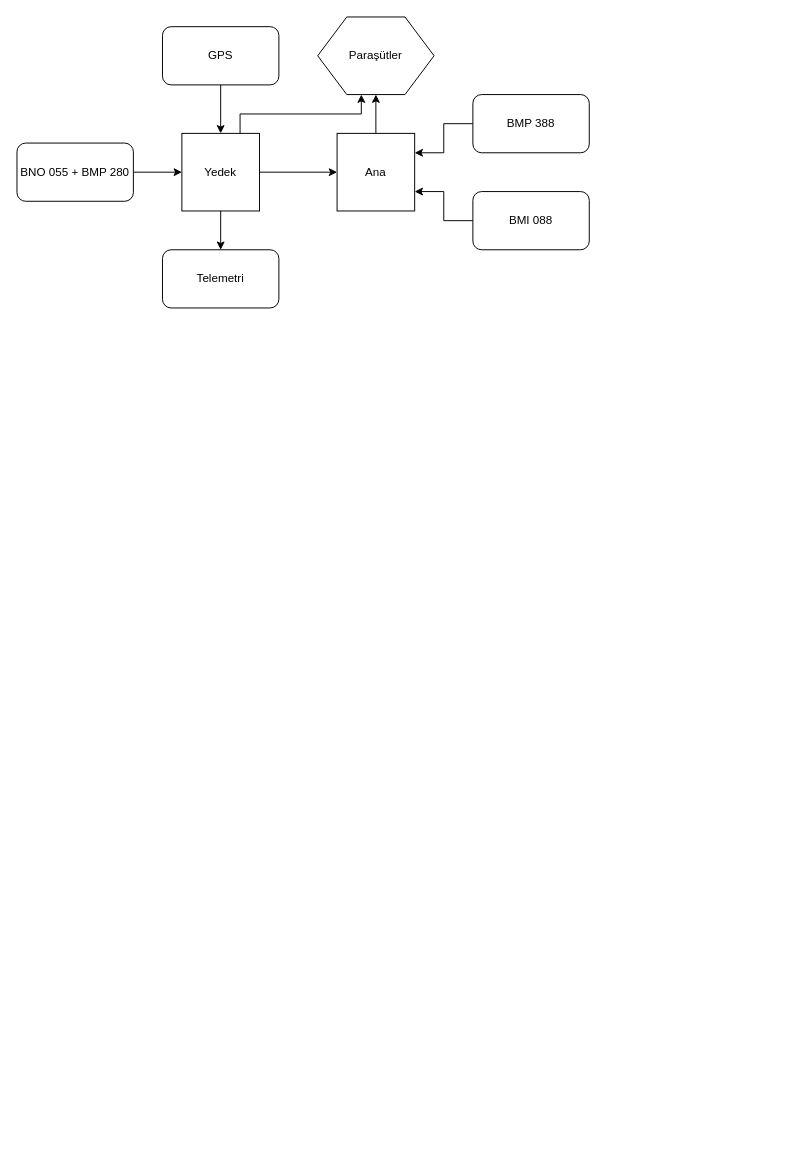
Above: Untitled Diagram.drawio in FarukYurtseven/TUNGA (draw.io), before the change. Source tidied: cells renumbered, new cells numbered last; positions are measured from the earlier drawing's top-left corner, leaving out a move shared by most shapes. Both pictures are drawn from the tidied source at 97%, with x=0, y=0 at pixel (16, 16).
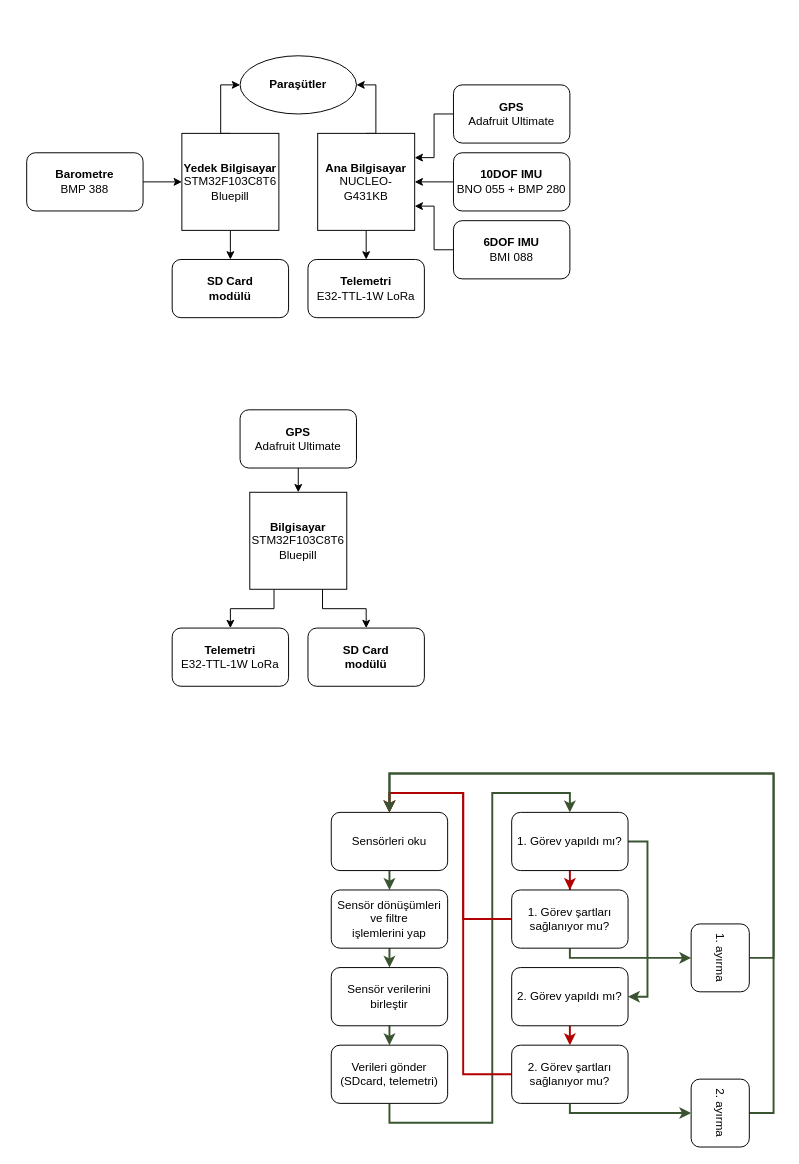
After the change.

What changed in the source:
```diff
@@
-    <mxCell id="2" style="edgeStyle=orthogonalEdgeStyle;rounded=0;jettySize=auto;html=1;exitX=1;exitY=0.5;exitDx=0;exitDy=0;entryX=0;entryY=0.5;entryDx=0;entryDy=0;" parent="1" edge="1" source="5" target="7">
-      <mxGeometry relative="1" as="geometry" />
-    </mxCell>
-    <mxCell id="3" style="edgeStyle=orthogonalEdgeStyle;rounded=0;jettySize=auto;html=1;exitX=0.5;exitY=1;exitDx=0;exitDy=0;entryX=0.5;entryY=0;entryDx=0;entryDy=0;" parent="1" edge="1" source="5" target="10">
-      <mxGeometry relative="1" as="geometry" />
-    </mxCell>
-    <mxCell id="4" style="edgeStyle=orthogonalEdgeStyle;rounded=0;jettySize=auto;html=1;exitX=0.75;exitY=0;exitDx=0;exitDy=0;entryX=0.375;entryY=1;entryDx=0;entryDy=0;" parent="1" edge="1" source="5" target="13">
-      <mxGeometry relative="1" as="geometry" />
+    <mxCell id="4" style="edgeStyle=orthogonalEdgeStyle;rounded=0;jettySize=auto;html=1;exitX=0;exitY=0.5;exitDx=0;exitDy=0;entryX=0;entryY=0.5;entryDx=0;entryDy=0;" parent="1" edge="1" source="5" target="13">
+      <mxGeometry relative="1" as="geometry">
+        <Array as="points">
+          <mxPoint x="210" y="120" />
+          <mxPoint x="210" y="70" />
+        </Array>
+      </mxGeometry>
     </mxCell>
+    <mxCell id="18" style="edgeStyle=orthogonalEdgeStyle;rounded=0;jettySize=auto;html=1;exitX=1;exitY=0.5;exitDx=0;exitDy=0;entryX=0.5;entryY=0;entryDx=0;entryDy=0;" parent="1" edge="1" source="5" target="29">
+      <mxGeometry relative="1" as="geometry" />
+    </mxCell>
-    <mxCell id="5" value="Yedek" style="whiteSpace=wrap;html=1;" parent="1" vertex="1">
-      <mxGeometry x="170" y="120" width="80" height="80" as="geometry" />
+    <mxCell id="5" value="&lt;b&gt;Yedek Bilgisayar&lt;br&gt;&lt;/b&gt;STM32F103C8T6 Bluepill" style="whiteSpace=wrap;html=1;direction=south;" parent="1" vertex="1">
+      <mxGeometry x="170" y="120" width="100" height="100" as="geometry" />
     </mxCell>
+    <mxCell id="19" style="edgeStyle=orthogonalEdgeStyle;rounded=0;jettySize=auto;html=1;exitX=0.5;exitY=1;exitDx=0;exitDy=0;entryX=0.5;entryY=0;entryDx=0;entryDy=0;" parent="1" edge="1" source="7" target="10">
+      <mxGeometry relative="1" as="geometry" />
+    </mxCell>
-    <mxCell id="6" style="edgeStyle=orthogonalEdgeStyle;rounded=0;jettySize=auto;html=1;exitX=0.5;exitY=0;exitDx=0;exitDy=0;entryX=0.5;entryY=1;entryDx=0;entryDy=0;" parent="1" edge="1" source="7" target="13">
-      <mxGeometry relative="1" as="geometry" />
+    <mxCell id="6" style="edgeStyle=orthogonalEdgeStyle;rounded=0;jettySize=auto;html=1;exitX=0.5;exitY=0;exitDx=0;exitDy=0;entryX=1;entryY=0.5;entryDx=0;entryDy=0;" parent="1" edge="1" source="7" target="13">
+      <mxGeometry relative="1" as="geometry">
+        <Array as="points">
+          <mxPoint x="370" y="120" />
+          <mxPoint x="370" y="70" />
+        </Array>
+      </mxGeometry>
     </mxCell>
-    <mxCell id="7" value="Ana" style="whiteSpace=wrap;html=1;" parent="1" vertex="1">
-      <mxGeometry x="330" y="120" width="80" height="80" as="geometry" />
+    <mxCell id="7" value="&lt;b&gt;Ana Bilgisayar&lt;/b&gt;&lt;br&gt;NUCLEO-G431KB" style="whiteSpace=wrap;html=1;" parent="1" vertex="1">
+      <mxGeometry x="310" y="120" width="100" height="100" as="geometry" />
     </mxCell>
-    <mxCell id="8" style="edgeStyle=orthogonalEdgeStyle;rounded=0;jettySize=auto;html=1;exitX=0.5;exitY=1;exitDx=0;exitDy=0;entryX=0.5;entryY=0;entryDx=0;entryDy=0;" parent="1" edge="1" source="9" target="5">
-      <mxGeometry relative="1" as="geometry" />
-    </mxCell>
+    <mxCell id="20" style="edgeStyle=orthogonalEdgeStyle;rounded=0;jettySize=auto;html=1;exitX=0;exitY=0.5;exitDx=0;exitDy=0;entryX=1;entryY=0.25;entryDx=0;entryDy=0;" parent="1" edge="1" source="9" target="7">
+      <mxGeometry relative="1" as="geometry" />
+    </mxCell>
-    <mxCell id="9" value="GPS" style="rounded=1;whiteSpace=wrap;html=1;" parent="1" vertex="1">
-      <mxGeometry x="150" y="10" width="120" height="60" as="geometry" />
+    <mxCell id="9" value="&lt;b&gt;GPS&lt;/b&gt;&lt;br&gt;Adafruit Ultimate" style="rounded=1;whiteSpace=wrap;html=1;" parent="1" vertex="1">
+      <mxGeometry x="450" y="70" width="120" height="60" as="geometry" />
     </mxCell>
-    <mxCell id="10" value="Telemetri" style="rounded=1;whiteSpace=wrap;html=1;" parent="1" vertex="1">
-      <mxGeometry x="150" y="240" width="120" height="60" as="geometry" />
+    <mxCell id="10" value="&lt;b&gt;Telemetri&lt;/b&gt;&lt;br&gt;E32-TTL-1W LoRa" style="rounded=1;whiteSpace=wrap;html=1;" parent="1" vertex="1">
+      <mxGeometry x="300" y="250" width="120" height="60" as="geometry" />
     </mxCell>
-    <mxCell id="11" style="edgeStyle=orthogonalEdgeStyle;rounded=0;jettySize=auto;html=1;exitX=1;exitY=0.5;exitDx=0;exitDy=0;entryX=0;entryY=0.5;entryDx=0;entryDy=0;" parent="1" edge="1" source="12" target="5">
-      <mxGeometry relative="1" as="geometry" />
-    </mxCell>
+    <mxCell id="21" style="edgeStyle=orthogonalEdgeStyle;rounded=0;jettySize=auto;html=1;exitX=0;exitY=0.5;exitDx=0;exitDy=0;entryX=1;entryY=0.5;entryDx=0;entryDy=0;" parent="1" edge="1" source="12" target="7">
+      <mxGeometry relative="1" as="geometry" />
+    </mxCell>
-    <mxCell id="12" value="BNO 055 + BMP 280" style="rounded=1;whiteSpace=wrap;html=1;" parent="1" vertex="1">
-      <mxGeometry y="130" width="120" height="60" as="geometry" />
+    <mxCell id="12" value="&lt;b&gt;10DOF IMU&lt;br&gt;&lt;/b&gt;BNO 055 + BMP 280" style="rounded=1;whiteSpace=wrap;html=1;" parent="1" vertex="1">
+      <mxGeometry x="450" y="140" width="120" height="60" as="geometry" />
     </mxCell>
-    <mxCell id="13" value="Paraşütler" style="shape=hexagon;perimeter=hexagonPerimeter2;whiteSpace=wrap;html=1;" parent="1" vertex="1">
-      <mxGeometry x="310" width="120" height="80" as="geometry" />
-    </mxCell>
-    <mxCell id="14" style="edgeStyle=orthogonalEdgeStyle;rounded=0;jettySize=auto;html=1;exitX=0;exitY=0.5;exitDx=0;exitDy=0;entryX=1;entryY=0.25;entryDx=0;entryDy=0;" parent="1" edge="1" source="15" target="7">
-      <mxGeometry relative="1" as="geometry" />
-    </mxCell>
+    <mxCell id="22" style="edgeStyle=orthogonalEdgeStyle;rounded=0;jettySize=auto;html=1;exitX=1;exitY=0.5;exitDx=0;exitDy=0;entryX=0.5;entryY=1;entryDx=0;entryDy=0;" parent="1" edge="1" source="15" target="5">
+      <mxGeometry relative="1" as="geometry" />
+    </mxCell>
-    <mxCell id="15" value="BMP 388" style="rounded=1;whiteSpace=wrap;html=1;" parent="1" vertex="1">
-      <mxGeometry x="470" y="80" width="120" height="60" as="geometry" />
+    <mxCell id="15" value="&lt;b&gt;Barometre&lt;/b&gt;&lt;br&gt;BMP 388" style="rounded=1;whiteSpace=wrap;html=1;" parent="1" vertex="1">
+      <mxGeometry x="10" y="140" width="120" height="60" as="geometry" />
     </mxCell>
@@
-    <mxCell id="17" value="BMI 088" style="rounded=1;whiteSpace=wrap;html=1;" parent="1" vertex="1">
-      <mxGeometry x="470" y="180" width="120" height="60" as="geometry" />
+    <mxCell id="17" value="&lt;b&gt;6DOF IMU&lt;br&gt;&lt;/b&gt;BMI 088" style="rounded=1;whiteSpace=wrap;html=1;" parent="1" vertex="1">
+      <mxGeometry x="450" y="210" width="120" height="60" as="geometry" />
     </mxCell>
+    <mxCell id="13" value="&lt;b&gt;Paraşütler&lt;/b&gt;" style="ellipse;whiteSpace=wrap;html=1;" parent="1" vertex="1">
+      <mxGeometry x="230" y="40" width="120" height="60" as="geometry" />
+    </mxCell>
+    <mxCell id="23" style="edgeStyle=orthogonalEdgeStyle;rounded=0;jettySize=auto;html=1;exitX=1;exitY=0.75;exitDx=0;exitDy=0;entryX=0.5;entryY=0;entryDx=0;entryDy=0;" parent="1" edge="1" source="25" target="28">
+      <mxGeometry relative="1" as="geometry" />
+    </mxCell>
+    <mxCell id="24" style="edgeStyle=orthogonalEdgeStyle;rounded=0;jettySize=auto;html=1;exitX=1;exitY=0.25;exitDx=0;exitDy=0;entryX=0.5;entryY=0;entryDx=0;entryDy=0;" parent="1" edge="1" source="25" target="30">
+      <mxGeometry relative="1" as="geometry" />
+    </mxCell>
+    <mxCell id="25" value="&lt;b&gt;Bilgisayar&lt;br&gt;&lt;/b&gt;STM32F103C8T6 Bluepill" style="whiteSpace=wrap;html=1;direction=south;" parent="1" vertex="1">
+      <mxGeometry x="240" y="490" width="100" height="100" as="geometry" />
+    </mxCell>
+    <mxCell id="26" style="edgeStyle=orthogonalEdgeStyle;rounded=0;jettySize=auto;html=1;exitX=0.5;exitY=1;exitDx=0;exitDy=0;entryX=0;entryY=0.5;entryDx=0;entryDy=0;" parent="1" edge="1" source="27" target="25">
+      <mxGeometry relative="1" as="geometry" />
+    </mxCell>
+    <mxCell id="27" value="&lt;b&gt;GPS&lt;/b&gt;&lt;br&gt;Adafruit Ultimate" style="rounded=1;whiteSpace=wrap;html=1;" parent="1" vertex="1">
+      <mxGeometry x="230" y="405" width="120" height="60" as="geometry" />
+    </mxCell>
+    <mxCell id="28" value="&lt;b&gt;Telemetri&lt;/b&gt;&lt;br&gt;E32-TTL-1W LoRa" style="rounded=1;whiteSpace=wrap;html=1;" parent="1" vertex="1">
+      <mxGeometry x="160" y="630" width="120" height="60" as="geometry" />
+    </mxCell>
+    <mxCell id="29" value="&lt;b&gt;SD Card &lt;br&gt;modülü&lt;/b&gt;" style="rounded=1;whiteSpace=wrap;html=1;" parent="1" vertex="1">
+      <mxGeometry x="160" y="250" width="120" height="60" as="geometry" />
+    </mxCell>
+    <mxCell id="30" value="&lt;b&gt;SD Card &lt;br&gt;modülü&lt;/b&gt;" style="rounded=1;whiteSpace=wrap;html=1;" parent="1" vertex="1">
+      <mxGeometry x="300" y="630" width="120" height="60" as="geometry" />
+    </mxCell>
+    <mxCell id="31" style="edgeStyle=orthogonalEdgeStyle;rounded=0;jettySize=auto;html=1;exitX=0.5;exitY=1;exitDx=0;exitDy=0;entryX=0.5;entryY=0;entryDx=0;entryDy=0;fillColor=#6d8764;strokeColor=#3A5431;strokeWidth=2;" parent="1" edge="1" source="32" target="34">
+      <mxGeometry relative="1" as="geometry" />
+    </mxCell>
+    <mxCell id="32" value="Sensörleri oku" style="rounded=1;whiteSpace=wrap;html=1;" parent="1" vertex="1">
+      <mxGeometry x="324" y="820" width="120" height="60" as="geometry" />
+    </mxCell>
+    <mxCell id="33" style="edgeStyle=orthogonalEdgeStyle;rounded=0;jettySize=auto;html=1;exitX=0.5;exitY=1;exitDx=0;exitDy=0;entryX=0.5;entryY=0;entryDx=0;entryDy=0;fillColor=#6d8764;strokeColor=#3A5431;strokeWidth=2;" parent="1" edge="1" source="34" target="36">
+      <mxGeometry relative="1" as="geometry" />
+    </mxCell>
+    <mxCell id="34" value="Sensör dönüşümleri&lt;br&gt;ve filtre &lt;br&gt;işlemlerini yap" style="rounded=1;whiteSpace=wrap;html=1;" parent="1" vertex="1">
+      <mxGeometry x="324" y="900" width="120" height="60" as="geometry" />
+    </mxCell>
+    <mxCell id="35" style="edgeStyle=orthogonalEdgeStyle;rounded=0;jettySize=auto;html=1;exitX=0.5;exitY=1;exitDx=0;exitDy=0;entryX=0.5;entryY=0;entryDx=0;entryDy=0;fillColor=#6d8764;strokeColor=#3A5431;strokeWidth=2;" parent="1" edge="1" source="36" target="38">
+      <mxGeometry relative="1" as="geometry" />
+    </mxCell>
+    <mxCell id="36" value="Sensör verilerini birleştir" style="rounded=1;whiteSpace=wrap;html=1;" parent="1" vertex="1">
+      <mxGeometry x="324" y="980" width="120" height="60" as="geometry" />
+    </mxCell>
+    <mxCell id="37" style="edgeStyle=orthogonalEdgeStyle;rounded=0;jettySize=auto;html=1;exitX=0.5;exitY=1;exitDx=0;exitDy=0;entryX=0.5;entryY=0;entryDx=0;entryDy=0;fillColor=#6d8764;strokeColor=#3A5431;strokeWidth=2;" parent="1" edge="1" source="38" target="41">
+      <mxGeometry relative="1" as="geometry">
+        <Array as="points">
+          <mxPoint x="384" y="1140" />
+          <mxPoint x="490" y="1140" />
+          <mxPoint x="490" y="800" />
+          <mxPoint x="570" y="800" />
+        </Array>
+      </mxGeometry>
+    </mxCell>
+    <mxCell id="38" value="Verileri gönder&lt;br&gt;(SDcard, telemetri)" style="rounded=1;whiteSpace=wrap;html=1;" parent="1" vertex="1">
+      <mxGeometry x="324" y="1060" width="120" height="60" as="geometry" />
+    </mxCell>
+    <mxCell id="39" style="edgeStyle=orthogonalEdgeStyle;rounded=0;jettySize=auto;html=1;exitX=0.5;exitY=1;exitDx=0;exitDy=0;fillColor=#e51400;strokeColor=#B20000;strokeWidth=2;" parent="1" edge="1" source="41" target="44">
+      <mxGeometry relative="1" as="geometry" />
+    </mxCell>
+    <mxCell id="40" style="edgeStyle=orthogonalEdgeStyle;rounded=0;jettySize=auto;html=1;exitX=1;exitY=0.5;exitDx=0;exitDy=0;entryX=1;entryY=0.5;entryDx=0;entryDy=0;fillColor=#6d8764;strokeColor=#3A5431;strokeWidth=2;" parent="1" edge="1" source="41" target="47">
+      <mxGeometry relative="1" as="geometry" />
+    </mxCell>
+    <mxCell id="41" value="1. Görev yapıldı mı?" style="rounded=1;whiteSpace=wrap;html=1;" parent="1" vertex="1">
+      <mxGeometry x="510" y="820" width="120" height="60" as="geometry" />
+    </mxCell>
+    <mxCell id="42" style="edgeStyle=orthogonalEdgeStyle;rounded=0;jettySize=auto;html=1;exitX=0.5;exitY=1;exitDx=0;exitDy=0;strokeWidth=2;fillColor=#6d8764;strokeColor=#3A5431;entryX=0.5;entryY=1;entryDx=0;entryDy=0;" parent="1" edge="1" source="44" target="50">
+      <mxGeometry relative="1" as="geometry">
+        <Array as="points">
+          <mxPoint x="570" y="970" />
+        </Array>
+      </mxGeometry>
+    </mxCell>
+    <mxCell id="43" style="edgeStyle=orthogonalEdgeStyle;rounded=0;jettySize=auto;html=1;exitX=0;exitY=0.5;exitDx=0;exitDy=0;entryX=0.5;entryY=0;entryDx=0;entryDy=0;fillColor=#e51400;strokeColor=#B20000;strokeWidth=2;" parent="1" edge="1" source="44" target="32">
+      <mxGeometry relative="1" as="geometry">
+        <Array as="points">
+          <mxPoint x="460" y="930" />
+          <mxPoint x="460" y="800" />
+          <mxPoint x="384" y="800" />
+        </Array>
+      </mxGeometry>
+    </mxCell>
+    <mxCell id="44" value="1. Görev şartları sağlanıyor mu?" style="rounded=1;whiteSpace=wrap;html=1;" parent="1" vertex="1">
+      <mxGeometry x="510" y="900" width="120" height="60" as="geometry" />
+    </mxCell>
+    <mxCell id="45" style="edgeStyle=orthogonalEdgeStyle;rounded=0;jettySize=auto;html=1;exitX=0;exitY=0.5;exitDx=0;exitDy=0;fillColor=#e51400;strokeColor=#B20000;strokeWidth=2;entryX=0.5;entryY=0;entryDx=0;entryDy=0;" parent="1" edge="1" source="48" target="32">
+      <mxGeometry relative="1" as="geometry">
+        <Array as="points">
+          <mxPoint x="460" y="1090" />
+          <mxPoint x="460" y="800" />
+          <mxPoint x="384" y="800" />
+        </Array>
+      </mxGeometry>
+    </mxCell>
+    <mxCell id="46" style="edgeStyle=orthogonalEdgeStyle;rounded=0;jettySize=auto;html=1;exitX=0.5;exitY=1;exitDx=0;exitDy=0;entryX=0.5;entryY=0;entryDx=0;entryDy=0;strokeWidth=2;fillColor=#e51400;strokeColor=#B20000;" parent="1" edge="1" source="47" target="48">
+      <mxGeometry relative="1" as="geometry" />
+    </mxCell>
+    <mxCell id="47" value="2. Görev yapıldı mı?" style="rounded=1;whiteSpace=wrap;html=1;" parent="1" vertex="1">
+      <mxGeometry x="510" y="980" width="120" height="60" as="geometry" />
+    </mxCell>
+    <mxCell id="48" value="&lt;span style=&quot;white-space: normal&quot;&gt;2. Görev şartları sağlanıyor mu?&lt;/span&gt;" style="rounded=1;whiteSpace=wrap;html=1;" parent="1" vertex="1">
+      <mxGeometry x="510" y="1060" width="120" height="60" as="geometry" />
+    </mxCell>
+    <mxCell id="49" style="edgeStyle=orthogonalEdgeStyle;rounded=0;jettySize=auto;html=1;exitX=0.5;exitY=0;exitDx=0;exitDy=0;entryX=0.5;entryY=0;entryDx=0;entryDy=0;strokeWidth=2;fillColor=#6d8764;strokeColor=#3A5431;" parent="1" edge="1" source="50" target="32">
+      <mxGeometry relative="1" as="geometry">
+        <Array as="points">
+          <mxPoint x="780" y="970" />
+          <mxPoint x="780" y="780" />
+          <mxPoint x="384" y="780" />
+        </Array>
+      </mxGeometry>
+    </mxCell>
+    <mxCell id="50" value="1. ayırma" style="rounded=1;whiteSpace=wrap;html=1;arcSize=15;rotation=90;" parent="1" vertex="1">
+      <mxGeometry x="690" y="940" width="70" height="60" as="geometry" />
+    </mxCell>
+    <mxCell id="51" style="edgeStyle=orthogonalEdgeStyle;rounded=0;jettySize=auto;html=1;exitX=0.5;exitY=0;exitDx=0;exitDy=0;entryX=0.5;entryY=0;entryDx=0;entryDy=0;strokeWidth=2;fillColor=#6d8764;strokeColor=#3A5431;" parent="1" edge="1" source="52" target="32">
+      <mxGeometry relative="1" as="geometry">
+        <Array as="points">
+          <mxPoint x="780" y="1130" />
+          <mxPoint x="780" y="780" />
+          <mxPoint x="384" y="780" />
+        </Array>
+      </mxGeometry>
+    </mxCell>
+    <mxCell id="52" value="2. ayırma" style="rounded=1;whiteSpace=wrap;html=1;arcSize=15;rotation=90;" parent="1" vertex="1">
+      <mxGeometry x="690" y="1100" width="70" height="60" as="geometry" />
+    </mxCell>
+    <mxCell id="53" style="edgeStyle=orthogonalEdgeStyle;rounded=0;orthogonalLoop=1;jettySize=auto;html=1;fillColor=#6d8764;strokeColor=#3A5431;strokeWidth=2;" parent="1" edge="1">
+      <mxGeometry relative="1" as="geometry">
+        <mxPoint x="570" y="1120" as="sourcePoint" />
+        <mxPoint x="695" y="1130" as="targetPoint" />
+        <Array as="points">
+          <mxPoint x="570" y="1130" />
+        </Array>
+      </mxGeometry>
+    </mxCell>
```
